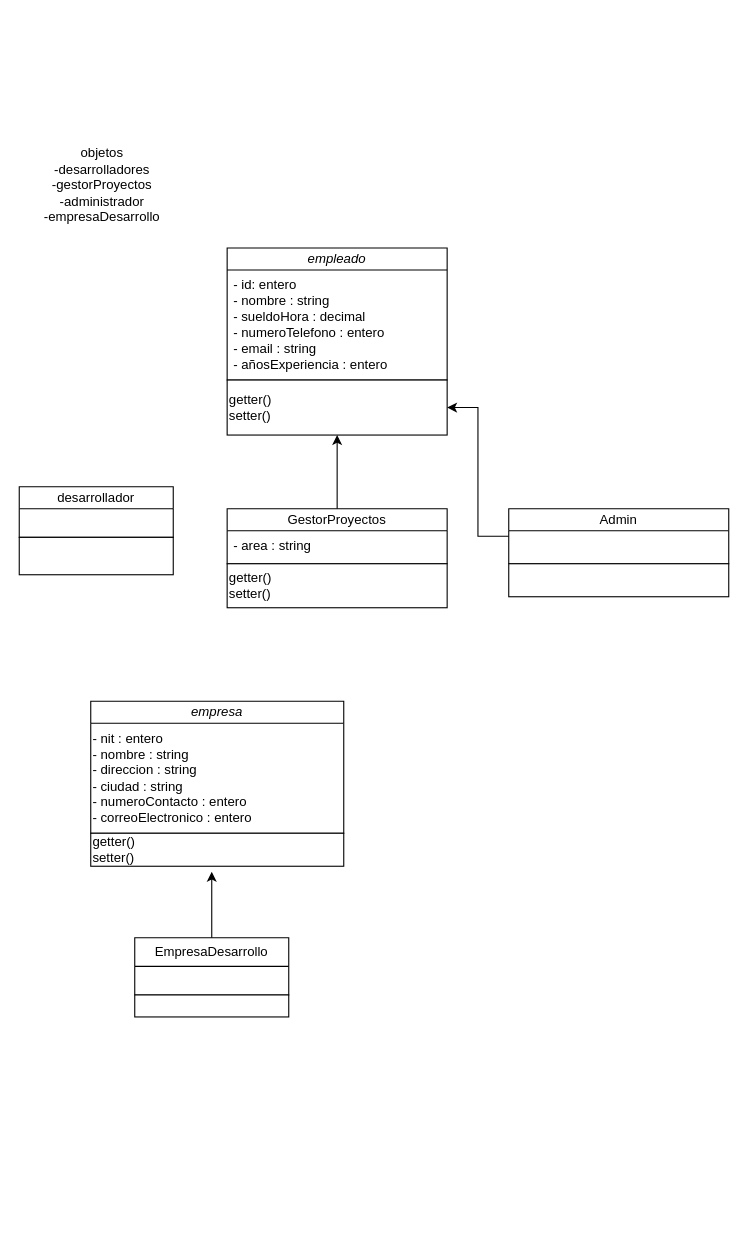
This is POOIUD/taller1/src/taller1.drawio from Leoardila95/POO-IUD, a draw.io file, before an edit. Source tidied: cells renumbered, new cells numbered last; positions are measured from the earlier drawing's top-left corner, leaving out a move shared by most shapes. Both pictures are drawn from the tidied source at 110%, with x=0, y=0 at pixel (19, 138).
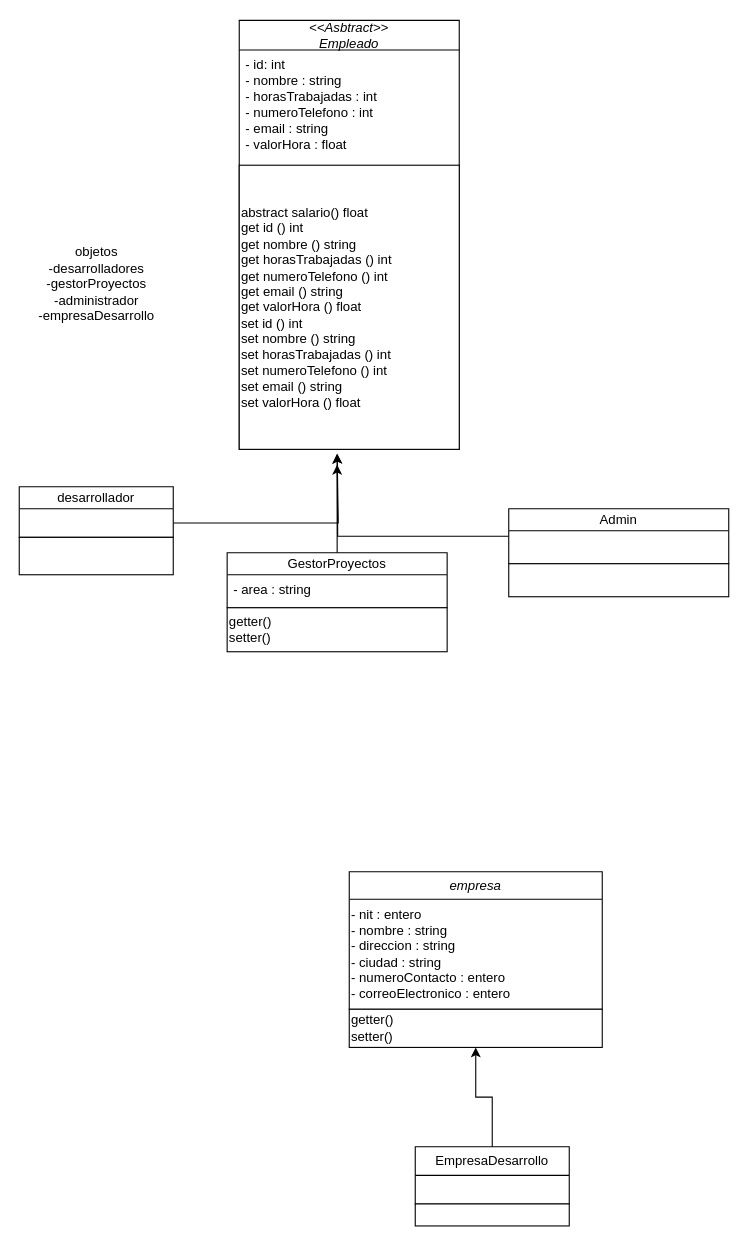
The same diagram, later.

Unchanged cells that the change refers to:
```xml
<mxCell id="4" value="desarrollador" style="swimlane;fontStyle=0;horizontal=1;startSize=20;fillColor=none;whiteSpace=wrap;html=1;" parent="3" vertex="1">
  <mxGeometry width="140" height="46" as="geometry" />
</mxCell>
<mxCell id="11" value="GestorProyectos" style="swimlane;fontStyle=0;horizontal=1;startSize=20;fillColor=none;whiteSpace=wrap;html=1;" parent="10" vertex="1">
  <mxGeometry width="200" height="50" as="geometry" />
</mxCell>
<mxCell id="16" value="Admin" style="swimlane;fontStyle=0;horizontal=1;startSize=20;fillColor=none;whiteSpace=wrap;html=1;" parent="1" vertex="1">
  <mxGeometry x="445" y="337" width="200" height="50" as="geometry" />
</mxCell>
```

The edit, as a diff of the source:
```diff
@@
     <mxCell id="2" value="objetos&lt;div&gt;-desarrolladores&lt;/div&gt;&lt;div&gt;-gestorProyectos&lt;/div&gt;&lt;div&gt;-administrador&lt;/div&gt;&lt;div&gt;-empresaDesarrollo&lt;/div&gt;&lt;div&gt;&lt;br&gt;&lt;/div&gt;" style="text;html=1;align=center;verticalAlign=middle;strokeColor=none;fillColor=none;" parent="1" vertex="1">
-      <mxGeometry x="10" width="130" height="100" as="geometry" />
+      <mxGeometry x="5" y="90" width="130" height="100" as="geometry" />
     </mxCell>
@@
-    <mxCell id="6" style="group;" parent="1" vertex="1">
-      <mxGeometry x="189" y="100" width="200" height="170" as="geometry" />
-    </mxCell>
-    <mxCell id="7" value="&lt;i&gt;empleado&lt;/i&gt;" style="swimlane;fontStyle=0;horizontal=1;startSize=20;fillColor=none;whiteSpace=wrap;html=1;" parent="6" vertex="1">
-      <mxGeometry width="200" height="120" as="geometry" />
-    </mxCell>
-    <mxCell id="8" value="- id: entero&lt;div&gt;- nombre : string&lt;/div&gt;&lt;div&gt;- sueldoHora : decimal&lt;/div&gt;&lt;div&gt;- numeroTelefono : entero&lt;/div&gt;&lt;div&gt;- email : string&lt;/div&gt;&lt;div&gt;- añosExperiencia : entero&lt;/div&gt;&lt;div&gt;&lt;br&gt;&lt;/div&gt;" style="text;strokeColor=none;fillColor=none;align=left;verticalAlign=top;spacingLeft=4;spacingRight=4;overflow=hidden;whiteSpace=wrap;html=1;" parent="7" vertex="1">
-      <mxGeometry y="20" width="200" height="100" as="geometry" />
-    </mxCell>
-    <mxCell id="9" value="getter()&lt;div&gt;setter()&lt;/div&gt;" style="html=1;whiteSpace=wrap;align=left;" parent="6" vertex="1">
-      <mxGeometry y="120" width="200" height="50" as="geometry" />
-    </mxCell>
     <mxCell id="10" style="group;" parent="1" vertex="1">
-      <mxGeometry x="189" y="337" width="200" height="90" as="geometry" />
+      <mxGeometry x="189" y="377" width="200" height="90" as="geometry" />
     </mxCell>
@@
-    <mxCell id="14" style="edgeStyle=orthogonalEdgeStyle;rounded=0;jettySize=auto;html=1;" parent="1" edge="1" source="11" target="9">
-      <mxGeometry relative="1" as="geometry" />
+    <mxCell id="14" style="edgeStyle=orthogonalEdgeStyle;rounded=0;jettySize=auto;html=1;" parent="1" edge="1" source="11">
+      <mxGeometry relative="1" as="geometry">
+        <mxPoint x="289" y="297" as="targetPoint" />
+      </mxGeometry>
     </mxCell>
-    <mxCell id="15" style="edgeStyle=orthogonalEdgeStyle;rounded=0;jettySize=auto;html=1;entryX=1;entryY=0.5;entryDx=0;entryDy=0;" parent="1" edge="1" source="16" target="9">
-      <mxGeometry relative="1" as="geometry" />
+    <mxCell id="15" style="edgeStyle=orthogonalEdgeStyle;rounded=0;jettySize=auto;html=1;" parent="1" edge="1" source="16">
+      <mxGeometry relative="1" as="geometry">
+        <mxPoint x="289" y="287" as="targetPoint" />
+      </mxGeometry>
     </mxCell>
@@
+    <mxCell id="18" value="&lt;div&gt;&lt;br&gt;&lt;/div&gt;" style="text;strokeColor=none;fillColor=none;align=left;verticalAlign=top;spacingLeft=4;spacingRight=4;overflow=hidden;whiteSpace=wrap;html=1;" parent="16" vertex="1">
+      <mxGeometry y="20" width="200" height="30" as="geometry" />
+    </mxCell>
@@
-    <mxCell id="18" value="&lt;div&gt;&lt;br&gt;&lt;/div&gt;" style="text;strokeColor=none;fillColor=none;align=left;verticalAlign=top;spacingLeft=4;spacingRight=4;overflow=hidden;whiteSpace=wrap;html=1;" parent="1" vertex="1">
-      <mxGeometry x="445" y="357" width="200" height="30" as="geometry" />
-    </mxCell>
-    <mxCell id="19" style="group;" parent="1" vertex="1">
-      <mxGeometry x="65" y="512" width="230" height="160" as="geometry" />
-    </mxCell>
+    <mxCell id="23" style="edgeStyle=orthogonalEdgeStyle;rounded=0;jettySize=auto;html=1;entryX=0.5;entryY=1;entryDx=0;entryDy=0;" parent="1" edge="1" source="24" target="22">
+      <mxGeometry relative="1" as="geometry" />
+    </mxCell>
+    <mxCell id="26" style="edgeStyle=orthogonalEdgeStyle;rounded=0;jettySize=auto;html=1;" parent="1" edge="1" source="4">
+      <mxGeometry relative="1" as="geometry">
+        <mxPoint x="289" y="287" as="targetPoint" />
+        <Array as="points">
+          <mxPoint x="290" y="350" />
+        </Array>
+      </mxGeometry>
+    </mxCell>
+    <mxCell id="27" style="group;" parent="1" vertex="1">
+      <mxGeometry x="360" y="917" width="140" height="72" as="geometry" />
+    </mxCell>
+    <mxCell id="24" value="EmpresaDesarrollo" style="swimlane;fontStyle=0;horizontal=1;startSize=26;fillColor=none;whiteSpace=wrap;html=1;" parent="27" vertex="1">
+      <mxGeometry width="140" height="52" as="geometry" />
+    </mxCell>
+    <mxCell id="25" style="html=1;whiteSpace=wrap;" parent="27" vertex="1">
+      <mxGeometry y="52" width="140" height="20" as="geometry" />
+    </mxCell>
+    <mxCell id="28" style="group;" parent="1" vertex="1">
+      <mxGeometry x="300" y="667" width="230" height="159.7" as="geometry" />
+    </mxCell>
-    <mxCell id="20" value="&lt;i&gt;empresa&lt;/i&gt;" style="swimlane;fontStyle=0;horizontal=1;startSize=20;fillColor=none;whiteSpace=wrap;html=1;" parent="19" vertex="1">
-      <mxGeometry width="230" height="120" as="geometry" />
+    <mxCell id="20" value="&lt;i&gt;empresa&lt;/i&gt;" style="swimlane;fontStyle=0;horizontal=1;startSize=25;fillColor=none;whiteSpace=wrap;html=1;" parent="28" vertex="1">
+      <mxGeometry width="230" height="125" as="geometry" />
     </mxCell>
     <mxCell id="21" value="- nit : entero&lt;div&gt;- nombre : string&lt;/div&gt;&lt;div&gt;- direccion : string&lt;/div&gt;&lt;div&gt;- ciudad : string&lt;/div&gt;&lt;div&gt;- numeroContacto : entero&lt;/div&gt;&lt;div&gt;- correoElectronico : entero&lt;/div&gt;" style="text;html=1;align=left;verticalAlign=middle;strokeColor=none;fillColor=none;" parent="20" vertex="1">
-      <mxGeometry y="20" width="230" height="100" as="geometry" />
+      <mxGeometry y="25" width="230" height="100" as="geometry" />
     </mxCell>
-    <mxCell id="22" value="getter()&lt;div&gt;setter()&lt;/div&gt;" style="html=1;whiteSpace=wrap;align=left;" parent="19" vertex="1">
-      <mxGeometry y="120" width="230" height="30" as="geometry" />
+    <mxCell id="22" value="getter()&lt;div&gt;setter()&lt;/div&gt;" style="html=1;whiteSpace=wrap;align=left;" parent="28" vertex="1">
+      <mxGeometry y="125" width="230" height="34.7" as="geometry" />
     </mxCell>
-    <mxCell id="23" style="edgeStyle=orthogonalEdgeStyle;rounded=0;jettySize=auto;html=1;" parent="1" edge="1" source="24">
-      <mxGeometry relative="1" as="geometry">
-        <mxPoint x="175" y="667" as="targetPoint" />
-      </mxGeometry>
-    </mxCell>
-    <mxCell id="24" value="EmpresaDesarrollo" style="swimlane;fontStyle=0;horizontal=1;startSize=26;fillColor=none;whiteSpace=wrap;html=1;" parent="1" vertex="1">
-      <mxGeometry x="105" y="727" width="140" height="52" as="geometry" />
-    </mxCell>
-    <mxCell id="25" style="html=1;whiteSpace=wrap;" parent="1" vertex="1">
-      <mxGeometry x="105" y="779" width="140" height="20" as="geometry" />
-    </mxCell>
+    <mxCell id="7" value="&lt;i&gt;&amp;lt;&amp;lt;Asbtract&amp;gt;&amp;gt;&lt;/i&gt;&lt;div&gt;&lt;i&gt;Empleado&lt;/i&gt;&lt;/div&gt;" style="swimlane;fontStyle=0;horizontal=1;startSize=27;fillColor=none;whiteSpace=wrap;html=1;" parent="1" vertex="1">
+      <mxGeometry x="200" y="-107" width="200" height="390" as="geometry" />
+    </mxCell>
+    <mxCell id="6" style="group;" parent="7" vertex="1">
+      <mxGeometry y="27" width="200" height="363" as="geometry" />
+    </mxCell>
+    <mxCell id="8" value="- id: int&lt;div&gt;- nombre : string&lt;/div&gt;&lt;div&gt;- horasTrabajadas : int&lt;/div&gt;&lt;div&gt;- numeroTelefono : int&lt;/div&gt;&lt;div&gt;- email : string&lt;/div&gt;&lt;div&gt;- valorHora : float&lt;/div&gt;" style="text;strokeColor=none;fillColor=none;align=left;verticalAlign=top;spacingLeft=4;spacingRight=4;overflow=hidden;whiteSpace=wrap;html=1;" parent="6" vertex="1">
+      <mxGeometry width="200" height="93.5" as="geometry" />
+    </mxCell>
+    <mxCell id="9" value="abstract salario() float&lt;div&gt;get id () int&lt;/div&gt;&lt;div&gt;get nombre () string&lt;/div&gt;&lt;div&gt;get horasTrabajadas () int&lt;/div&gt;&lt;div&gt;get numeroTelefono () int&lt;/div&gt;&lt;div&gt;get email () string&lt;/div&gt;&lt;div&gt;get valorHora () float&lt;/div&gt;&lt;div&gt;set id () int&lt;/div&gt;&lt;div&gt;set nombre () string&lt;/div&gt;&lt;div&gt;set horasTrabajadas () int&lt;/div&gt;&lt;div&gt;set numeroTelefono () int&lt;/div&gt;&lt;div&gt;set email () string&lt;/div&gt;&lt;div&gt;set valorHora () float&lt;/div&gt;" style="html=1;whiteSpace=wrap;align=left;" parent="6" vertex="1">
+      <mxGeometry y="104.7" width="200" height="258.3" as="geometry" />
+    </mxCell>
```
